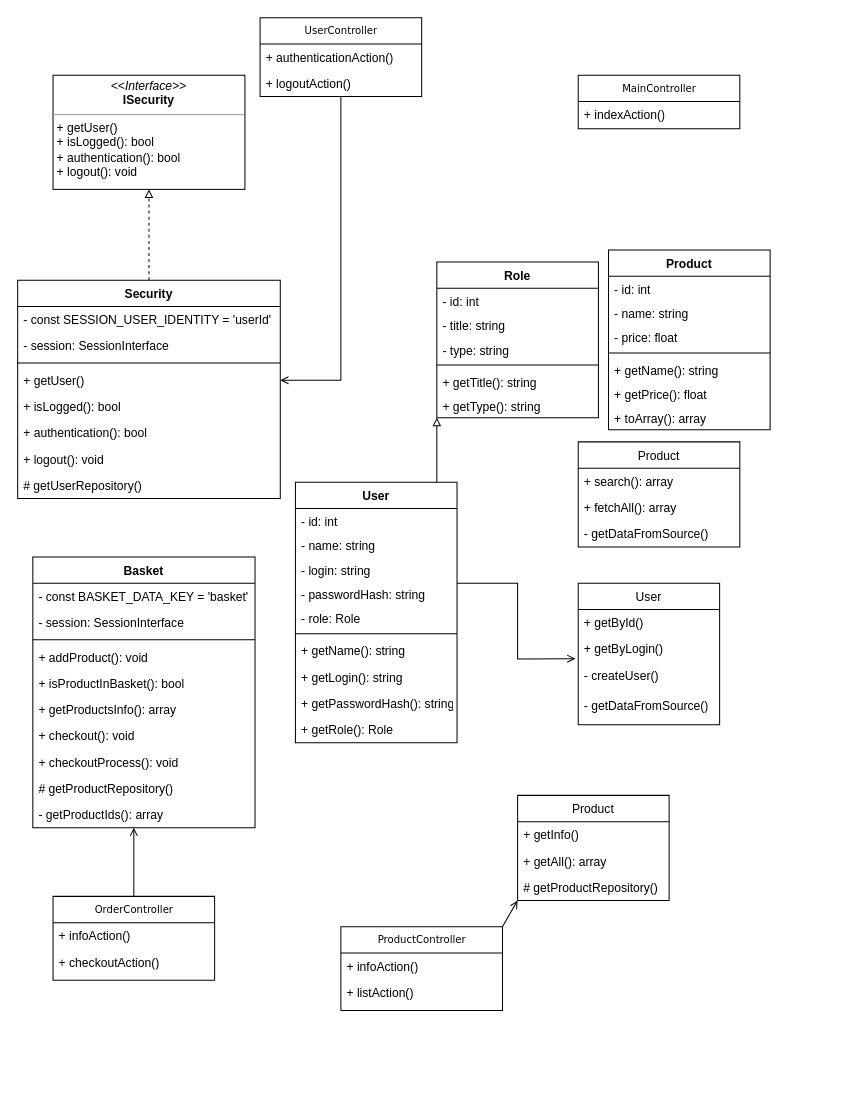
The draw.io diagram Untitled Diagram.drawio in kostin2008/PHP-2, before the edit. Source tidied: cells renumbered, new cells numbered last; positions are measured from the earlier drawing's top-left corner, leaving out a move shared by most shapes. Both pictures are drawn from the tidied source at 101%, with x=0, y=0 at pixel (17, 17).
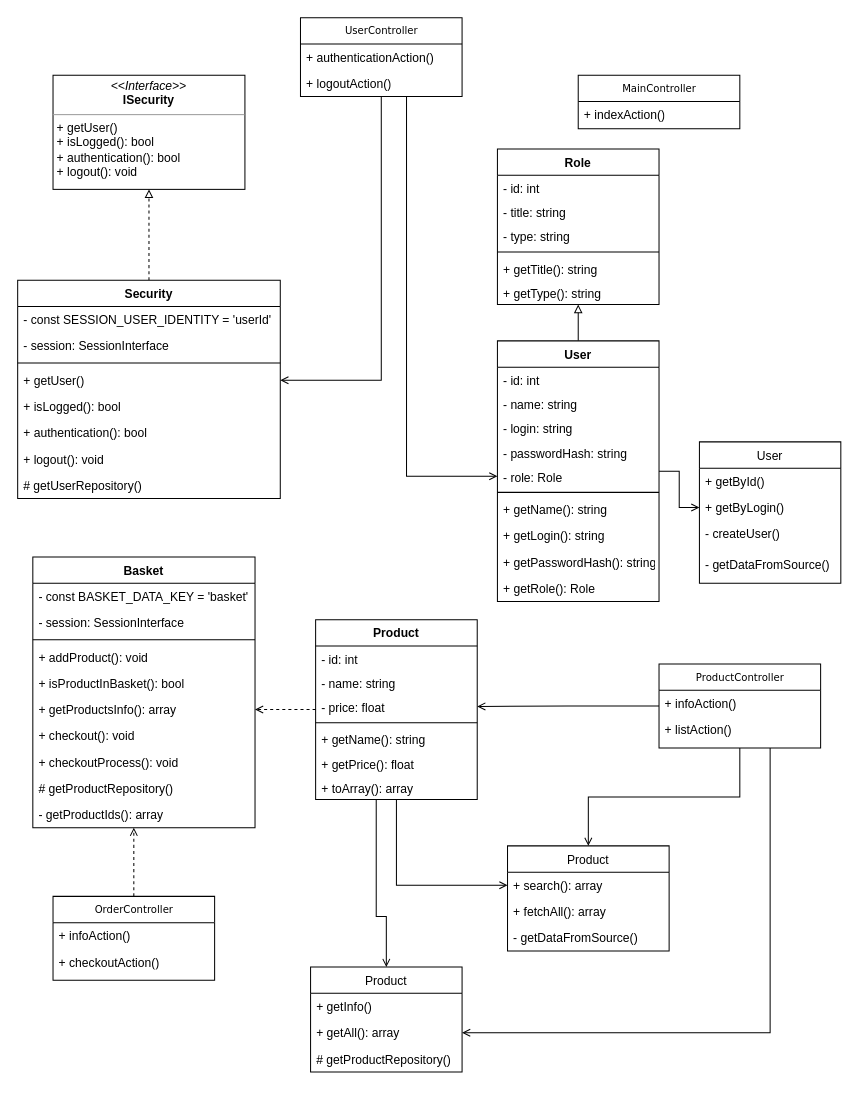
After the change.

The change refers to these unchanged cells:
```xml
<mxCell id="16" value="- price: float" style="text;strokeColor=none;fillColor=none;align=left;verticalAlign=top;spacingLeft=4;spacingRight=4;overflow=hidden;points=[[0,0.5],[1,0.5]];portConstraint=eastwest;" parent="13" vertex="1">
  <mxGeometry y="74" width="160" height="24" as="geometry" />
</mxCell>
<mxCell id="35" value="- role: Role&#10;" style="text;strokeColor=none;fillColor=none;align=left;verticalAlign=top;spacingLeft=4;spacingRight=4;overflow=hidden;points=[[0,0.5],[1,0.5]];portConstraint=eastwest;" parent="30" vertex="1">
  <mxGeometry y="122" width="160" height="24" as="geometry" />
</mxCell>
<mxCell id="42" value="+ search(): array" style="text;strokeColor=none;fillColor=none;align=left;verticalAlign=top;spacingLeft=4;spacingRight=4;overflow=hidden;points=[[0,0.5],[1,0.5]];portConstraint=eastwest;" parent="41" vertex="1">
  <mxGeometry y="26" width="160" height="26" as="geometry" />
</mxCell>
<mxCell id="47" value="+ getByLogin()" style="text;strokeColor=none;fillColor=none;align=left;verticalAlign=top;spacingLeft=4;spacingRight=4;overflow=hidden;points=[[0,0.5],[1,0.5]];portConstraint=eastwest;" parent="45" vertex="1">
  <mxGeometry y="52" width="140" height="26" as="geometry" />
</mxCell>
<mxCell id="48" value="- createUser()" style="text;strokeColor=none;fillColor=none;align=left;verticalAlign=top;spacingLeft=4;spacingRight=4;overflow=hidden;points=[[0,0.5],[1,0.5]];portConstraint=eastwest;" parent="45" vertex="1">
  <mxGeometry y="78" width="140" height="30" as="geometry" />
</mxCell>
<mxCell id="55" value="+ getUser()" style="text;strokeColor=none;fillColor=none;align=left;verticalAlign=top;spacingLeft=4;spacingRight=4;overflow=hidden;points=[[0,0.5],[1,0.5]];portConstraint=eastwest;" parent="51" vertex="1">
  <mxGeometry y="86" width="260" height="26" as="geometry" />
</mxCell>
<mxCell id="60" value="Basket" style="swimlane;fontStyle=1;align=center;verticalAlign=top;horizontal=1;startSize=26;" parent="1" vertex="1">
  <mxGeometry x="15" y="534" width="220" height="268" as="geometry" />
</mxCell>
<mxCell id="66" value="+ getProductsInfo(): array" style="text;strokeColor=none;fillColor=none;align=left;verticalAlign=top;spacingLeft=4;spacingRight=4;overflow=hidden;points=[[0,0.5],[1,0.5]];portConstraint=eastwest;" parent="60" vertex="1">
  <mxGeometry y="138" width="220" height="26" as="geometry" />
</mxCell>
<mxCell id="71" style="whiteSpace=wrap;html=1;rounded=0;shadow=0;fontFamily=Verdana;fontSize=10;fontStyle=0;strokeWidth=1;fillColor=none;swimlaneFillColor=#ffffff;startSize=26;comic=0;" parent="60" vertex="1">
  <mxGeometry y="268" width="220" as="geometry" />
</mxCell>
<mxCell id="74" value="+ getAll(): array" style="text;strokeColor=none;fillColor=none;align=left;verticalAlign=top;spacingLeft=4;spacingRight=4;overflow=hidden;points=[[0,0.5],[1,0.5]];portConstraint=eastwest;" parent="72" vertex="1">
  <mxGeometry y="52" width="150" height="26" as="geometry" />
</mxCell>
<mxCell id="76" style="whiteSpace=wrap;html=1;rounded=0;shadow=0;fontFamily=Verdana;fontSize=10;fontStyle=0;strokeWidth=1;fillColor=none;swimlaneFillColor=#ffffff;startSize=26;comic=0;" parent="72" vertex="1">
  <mxGeometry y="104" width="150" as="geometry" />
</mxCell>
<mxCell id="78" value="OrderController&lt;br&gt;" style="swimlane;html=1;fontStyle=0;horizontal=1;startSize=26;fillColor=none;swimlaneFillColor=#ffffff;rounded=0;shadow=0;comic=0;labelBackgroundColor=none;strokeWidth=1;fontFamily=Verdana;fontSize=10;align=center;" parent="1" vertex="1">
  <mxGeometry x="35" y="870" width="160" height="83" as="geometry" />
</mxCell>
```

Change to the diagram source:
```diff
@@
     <mxCell id="2" style="edgeStyle=orthogonalEdgeStyle;rounded=0;jettySize=auto;html=1;endArrow=open;endFill=0;entryX=1;entryY=0.5;entryDx=0;entryDy=0;" parent="1" edge="1" source="3" target="55">
-      <mxGeometry relative="1" as="geometry" />
+      <mxGeometry relative="1" as="geometry">
+        <Array as="points">
+          <mxPoint x="360" y="359" />
+        </Array>
+      </mxGeometry>
     </mxCell>
+    <mxCell id="82" style="edgeStyle=orthogonalEdgeStyle;rounded=0;jettySize=auto;html=1;endArrow=open;endFill=0;entryX=0;entryY=0.5;entryDx=0;entryDy=0;" parent="1" edge="1" source="3" target="35">
+      <mxGeometry relative="1" as="geometry">
+        <Array as="points">
+          <mxPoint x="385" y="454" />
+        </Array>
+      </mxGeometry>
+    </mxCell>
     <mxCell id="3" value="UserController" style="swimlane;html=1;fontStyle=0;horizontal=1;startSize=26;fillColor=none;swimlaneFillColor=#ffffff;rounded=0;shadow=0;comic=0;labelBackgroundColor=none;strokeWidth=1;fontFamily=Verdana;fontSize=10;align=center;" parent="1" vertex="1">
-      <mxGeometry x="240" width="160" height="78" as="geometry" />
+      <mxGeometry x="280" width="160" height="78" as="geometry" />
     </mxCell>
@@
-    <mxCell id="8" style="edgeStyle=orthogonalEdgeStyle;rounded=0;jettySize=auto;html=1;endArrow=open;endFill=0;" parent="1" edge="1" source="9" target="76">
-      <mxGeometry relative="1" as="geometry" />
+    <mxCell id="8" style="edgeStyle=orthogonalEdgeStyle;rounded=0;jettySize=auto;html=1;endArrow=open;endFill=0;entryX=1;entryY=0.5;entryDx=0;entryDy=0;" parent="1" edge="1" source="9" target="74">
+      <mxGeometry relative="1" as="geometry">
+        <Array as="points">
+          <mxPoint x="745" y="1005" />
+        </Array>
+      </mxGeometry>
     </mxCell>
+    <mxCell id="83" style="edgeStyle=orthogonalEdgeStyle;rounded=0;jettySize=auto;html=1;endArrow=open;endFill=0;entryX=1;entryY=0.5;entryDx=0;entryDy=0;" parent="1" edge="1" source="9" target="16">
+      <mxGeometry relative="1" as="geometry" />
+    </mxCell>
+    <mxCell id="84" style="edgeStyle=orthogonalEdgeStyle;rounded=0;jettySize=auto;html=1;endArrow=open;endFill=0;entryX=0.5;entryY=0;entryDx=0;entryDy=0;" parent="1" edge="1" source="9" target="41">
+      <mxGeometry relative="1" as="geometry" />
+    </mxCell>
     <mxCell id="9" value="ProductController" style="swimlane;html=1;fontStyle=0;horizontal=1;startSize=26;fillColor=none;swimlaneFillColor=#ffffff;rounded=0;shadow=0;comic=0;labelBackgroundColor=none;strokeWidth=1;fontFamily=Verdana;fontSize=10;align=center;" parent="1" vertex="1">
-      <mxGeometry x="320" y="900" width="160" height="83" as="geometry" />
+      <mxGeometry x="635" y="640" width="160" height="83" as="geometry" />
     </mxCell>
@@
+    <mxCell id="85" style="edgeStyle=orthogonalEdgeStyle;rounded=0;jettySize=auto;html=1;entryX=0;entryY=0.5;entryDx=0;entryDy=0;endArrow=open;endFill=0;exitX=0;exitY=0;exitDx=0;exitDy=0;" parent="1" edge="1" source="88" target="42">
+      <mxGeometry relative="1" as="geometry">
+        <Array as="points">
+          <mxPoint x="375" y="859" />
+        </Array>
+      </mxGeometry>
+    </mxCell>
+    <mxCell id="86" style="edgeStyle=orthogonalEdgeStyle;rounded=0;jettySize=auto;html=1;endArrow=open;endFill=0;entryX=1;entryY=0.5;entryDx=0;entryDy=0;dashed=1;" parent="1" edge="1" source="13" target="66">
+      <mxGeometry relative="1" as="geometry" />
+    </mxCell>
+    <mxCell id="87" style="edgeStyle=orthogonalEdgeStyle;rounded=0;jettySize=auto;html=1;endArrow=open;endFill=0;entryX=0.5;entryY=0;entryDx=0;entryDy=0;" parent="1" edge="1" source="13" target="72">
+      <mxGeometry relative="1" as="geometry">
+        <Array as="points">
+          <mxPoint x="355" y="890" />
+          <mxPoint x="365" y="890" />
+        </Array>
+      </mxGeometry>
+    </mxCell>
     <mxCell id="13" value="Product" style="swimlane;fontStyle=1;align=center;verticalAlign=top;horizontal=1;startSize=26;" parent="1" vertex="1">
-      <mxGeometry x="585" y="230" width="160" height="178" as="geometry" />
+      <mxGeometry x="295" y="596" width="160" height="178" as="geometry" />
     </mxCell>
@@
+    <mxCell id="88" style="whiteSpace=wrap;html=1;rounded=0;shadow=0;fontFamily=Verdana;fontSize=10;fontStyle=0;strokeWidth=1;fillColor=none;swimlaneFillColor=#ffffff;startSize=26;comic=0;" parent="13" vertex="1">
+      <mxGeometry y="178" width="160" as="geometry" />
+    </mxCell>
+    <mxCell id="89" style="whiteSpace=wrap;html=1;rounded=0;shadow=0;fontFamily=Verdana;fontSize=10;fontStyle=0;strokeWidth=1;fillColor=none;swimlaneFillColor=#ffffff;startSize=26;comic=0;" parent="13" vertex="1">
+      <mxGeometry y="178" width="160" as="geometry" />
+    </mxCell>
+    <mxCell id="90" style="whiteSpace=wrap;html=1;rounded=0;shadow=0;fontFamily=Verdana;fontSize=10;fontStyle=0;strokeWidth=1;fillColor=none;swimlaneFillColor=#ffffff;startSize=26;comic=0;" parent="13" vertex="1">
+      <mxGeometry y="178" width="160" as="geometry" />
+    </mxCell>
     <mxCell id="21" value="Role&#10;&#10;" style="swimlane;fontStyle=1;align=center;verticalAlign=top;horizontal=1;startSize=26;" parent="1" vertex="1">
-      <mxGeometry x="415" y="242" width="160" height="154" as="geometry" />
+      <mxGeometry x="475" y="130" width="160" height="154" as="geometry" />
     </mxCell>
@@
+    <mxCell id="91" style="edgeStyle=orthogonalEdgeStyle;rounded=0;jettySize=auto;html=1;endArrow=open;endFill=0;entryX=0;entryY=0.5;entryDx=0;entryDy=0;" parent="1" edge="1" source="30" target="47">
+      <mxGeometry relative="1" as="geometry" />
+    </mxCell>
     <mxCell id="30" value="User" style="swimlane;fontStyle=1;align=center;verticalAlign=top;horizontal=1;startSize=26;" parent="1" vertex="1">
-      <mxGeometry x="275" y="460" width="160" height="258" as="geometry" />
+      <mxGeometry x="475" y="320" width="160" height="258" as="geometry" />
     </mxCell>
@@
     <mxCell id="41" value="Product" style="swimlane;fontStyle=0;horizontal=1;startSize=26;fillColor=none;" parent="1" vertex="1">
-      <mxGeometry x="555" y="420" width="160" height="104" as="geometry" />
+      <mxGeometry x="485" y="820" width="160" height="104" as="geometry" />
     </mxCell>
@@
+    <mxCell id="92" style="whiteSpace=wrap;html=1;fontStyle=1;verticalAlign=top;startSize=26;" parent="41" vertex="1">
+      <mxGeometry y="104" width="160" as="geometry" />
+    </mxCell>
+    <mxCell id="93" style="whiteSpace=wrap;html=1;rounded=0;shadow=0;fontFamily=Verdana;fontSize=10;fontStyle=0;strokeWidth=1;fillColor=none;swimlaneFillColor=#ffffff;startSize=26;comic=0;" parent="41" vertex="1">
+      <mxGeometry y="104" width="160" as="geometry" />
+    </mxCell>
+    <mxCell id="94" style="whiteSpace=wrap;html=1;rounded=0;shadow=0;fontFamily=Verdana;fontSize=10;fontStyle=0;strokeWidth=1;fillColor=none;swimlaneFillColor=#ffffff;startSize=26;comic=0;" parent="41" vertex="1">
+      <mxGeometry y="104" width="160" as="geometry" />
+    </mxCell>
     <mxCell id="45" value="User" style="swimlane;fontStyle=0;horizontal=1;startSize=26;fillColor=none;" parent="1" vertex="1">
-      <mxGeometry x="555" y="560" width="140" height="140" as="geometry" />
+      <mxGeometry x="675" y="420" width="140" height="140" as="geometry" />
     </mxCell>
@@
+    <mxCell id="95" style="whiteSpace=wrap;html=1;fontStyle=1;verticalAlign=top;startSize=26;" parent="60" vertex="1">
+      <mxGeometry y="268" width="220" as="geometry" />
+    </mxCell>
     <mxCell id="72" value="Product" style="swimlane;fontStyle=0;horizontal=1;startSize=26;fillColor=none;" parent="1" vertex="1">
-      <mxGeometry x="495" y="770" width="150" height="104" as="geometry" />
+      <mxGeometry x="290" y="940" width="150" height="104" as="geometry" />
     </mxCell>
@@
-    <mxCell id="77" style="edgeStyle=orthogonalEdgeStyle;rounded=0;jettySize=auto;html=1;endArrow=open;endFill=0;" parent="1" edge="1" source="78" target="71">
+    <mxCell id="77" style="edgeStyle=orthogonalEdgeStyle;rounded=0;jettySize=auto;html=1;endArrow=open;endFill=0;dashed=1;" parent="1" edge="1" source="78" target="71">
       <mxGeometry relative="1" as="geometry" />
     </mxCell>
@@
-    <mxCell id="81" style="endArrow=open;html=1;entryX=-0.02;entryY=-0.113;entryDx=0;entryDy=0;entryPerimeter=0;rounded=0;endFill=0;" parent="1" edge="1" target="48">
-      <mxGeometry relative="1" as="geometry">
-        <mxPoint x="435" y="560" as="sourcePoint" />
-        <Array as="points">
-          <mxPoint x="495" y="560" />
-          <mxPoint x="495" y="635" />
-        </Array>
-      </mxGeometry>
-    </mxCell>
+    <mxCell id="96" style="whiteSpace=wrap;html=1;fontStyle=1;verticalAlign=top;startSize=26;" parent="1" vertex="1">
+      <mxGeometry x="675" y="534" width="140" as="geometry" />
+    </mxCell>
```
